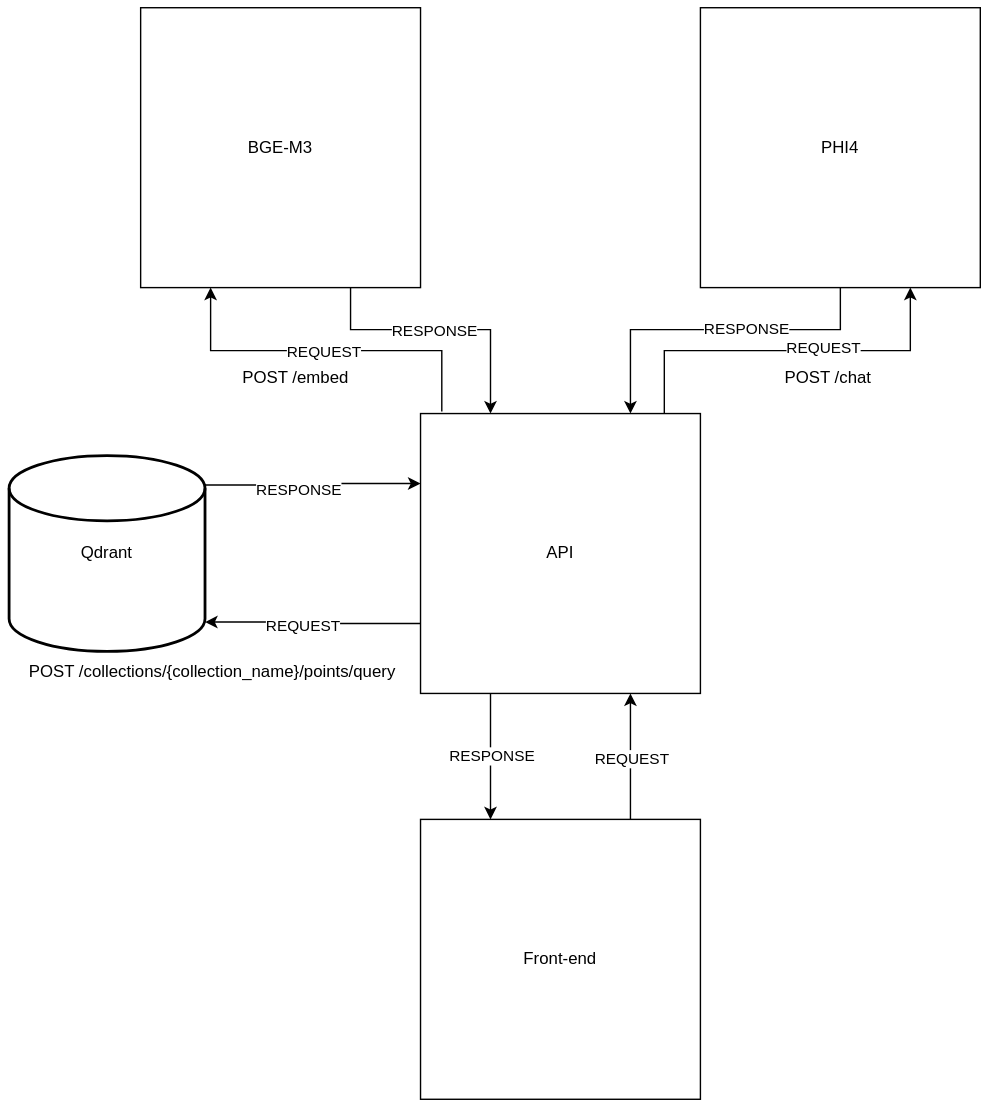
The draw.io diagram docs/images/connection_diagram.svg in MiroslavKosek/AI-Chatbot, before a commit. Source tidied: cells renumbered, new cells last; positions are measured from the earlier drawing's top-left corner, leaving out a move shared by most shapes.
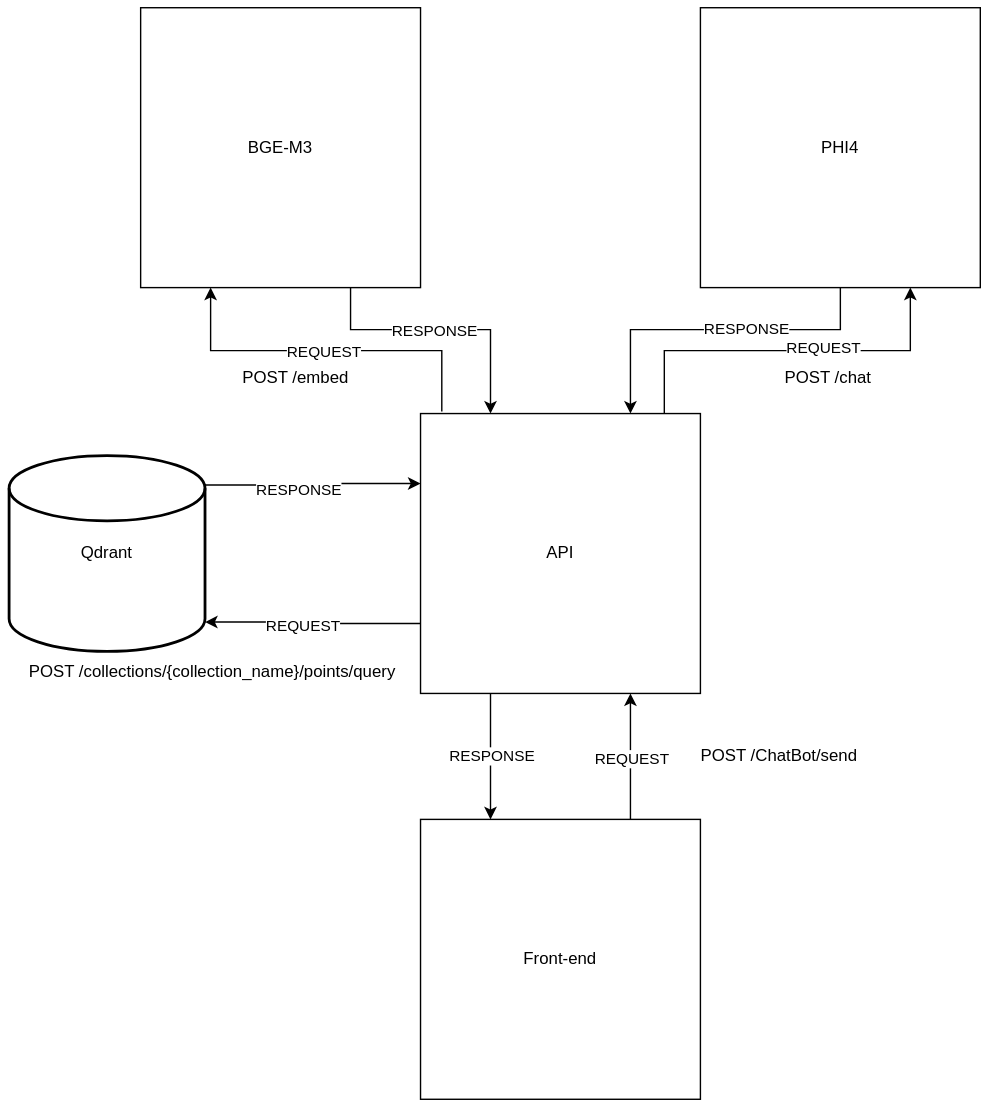
Above is the later version.

What changed in the source:
```diff
@@ -84,5 +84,8 @@
     <mxCell id="25" value="&lt;p&gt;POST /collections/{collection_name}/points/query&lt;/p&gt;" style="text;html=1;align=center;verticalAlign=middle;strokeColor=none;fillColor=none;" parent="1" vertex="1">
       <mxGeometry y="450" width="290" height="50" as="geometry" />
     </mxCell>
+    <mxCell id="26" value="POST /ChatBot/send" style="text;html=1;align=center;verticalAlign=middle;strokeColor=none;fillColor=none;" parent="1" vertex="1">
+      <mxGeometry x="480" y="520" width="140" height="30" as="geometry" />
+    </mxCell>
   </root>
 </mxGraphModel>
```
